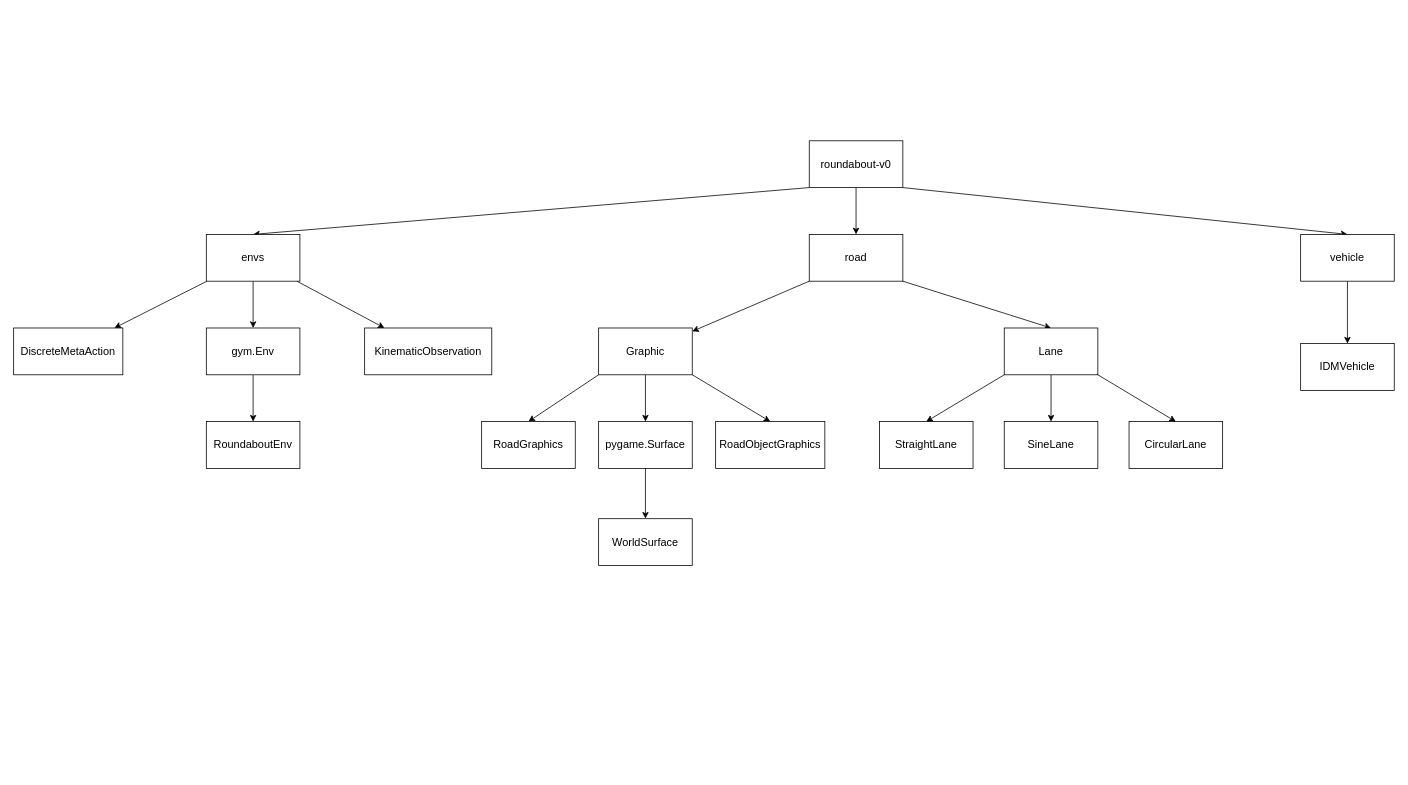
The draw.io diagram roundabout-v0架构.drawio in freemedom/drawio, before the edit. Source tidied: cells renumbered, new cells numbered last; positions are measured from the earlier drawing's top-left corner, leaving out a move shared by most shapes. Both pictures are drawn from the tidied source at 78%, with x=0, y=0 at pixel (13, 140).
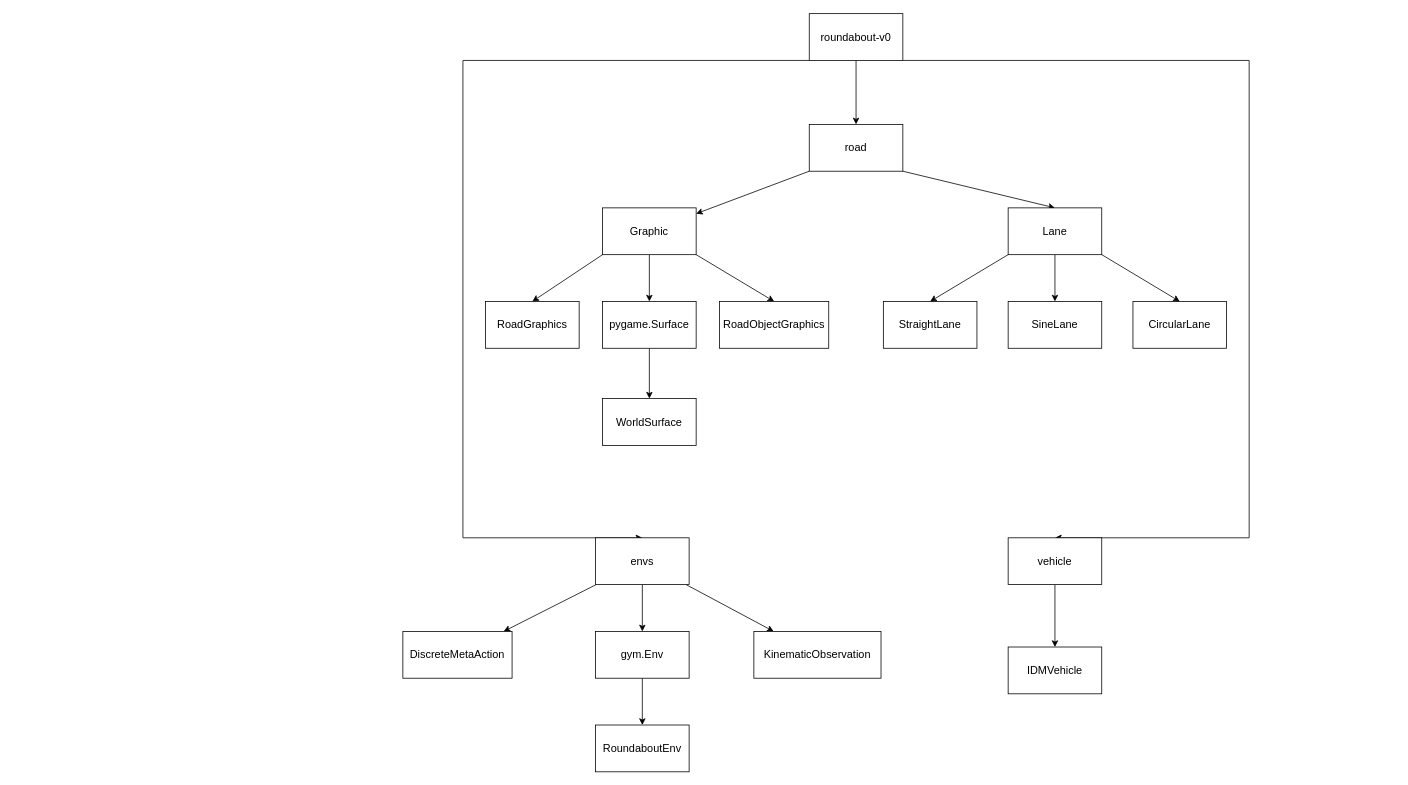
After the change.

The edit, as a diff of the source:
```diff
@@
-    <mxCell id="2" style="rounded=0;jettySize=auto;html=1;exitX=0;exitY=1;exitDx=0;exitDy=0;entryX=0.5;entryY=0;entryDx=0;entryDy=0;" parent="1" edge="1" source="5" target="9">
-      <mxGeometry relative="1" as="geometry" />
+    <mxCell id="2" style="rounded=0;jettySize=auto;html=1;exitX=0;exitY=1;exitDx=0;exitDy=0;entryX=0.5;entryY=0;entryDx=0;entryDy=0;edgeStyle=orthogonalEdgeStyle;" parent="1" edge="1" source="5" target="9">
+      <mxGeometry relative="1" as="geometry">
+        <Array as="points">
+          <mxPoint x="576" y="-103" />
+          <mxPoint x="576" y="509" />
+        </Array>
+      </mxGeometry>
     </mxCell>
-    <mxCell id="3" style="rounded=0;jettySize=auto;html=1;exitX=1;exitY=1;exitDx=0;exitDy=0;entryX=0.5;entryY=0;entryDx=0;entryDy=0;" parent="1" edge="1" source="5" target="15">
-      <mxGeometry relative="1" as="geometry" />
+    <mxCell id="3" style="rounded=0;jettySize=auto;html=1;exitX=1;exitY=1;exitDx=0;exitDy=0;entryX=0.5;entryY=0;entryDx=0;entryDy=0;edgeStyle=orthogonalEdgeStyle;" parent="1" edge="1" source="5" target="15">
+      <mxGeometry relative="1" as="geometry">
+        <Array as="points">
+          <mxPoint x="1584" y="-103" />
+          <mxPoint x="1584" y="509" />
+        </Array>
+      </mxGeometry>
     </mxCell>
@@
     <mxCell id="5" value="&lt;font style=&quot;font-size: 14px;&quot;&gt;roundabout-v0&lt;/font&gt;" style="rounded=0;whiteSpace=wrap;html=1;" parent="1" vertex="1">
-      <mxGeometry x="1020" width="120" height="60" as="geometry" />
+      <mxGeometry x="1020" y="-163" width="120" height="60" as="geometry" />
     </mxCell>
@@
     <mxCell id="9" value="&lt;font style=&quot;font-size: 14px;&quot;&gt;envs&lt;/font&gt;" style="rounded=0;whiteSpace=wrap;html=1;" parent="1" vertex="1">
-      <mxGeometry x="247" y="120" width="120" height="60" as="geometry" />
+      <mxGeometry x="746" y="509" width="120" height="60" as="geometry" />
     </mxCell>
@@
     <mxCell id="13" value="&lt;font style=&quot;font-size: 14px;&quot;&gt;Graphic&lt;/font&gt;" style="rounded=0;whiteSpace=wrap;html=1;" parent="1" vertex="1">
-      <mxGeometry x="750" y="240" width="120" height="60" as="geometry" />
+      <mxGeometry x="755" y="86" width="120" height="60" as="geometry" />
     </mxCell>
@@
     <mxCell id="15" value="&lt;font style=&quot;font-size: 14px;&quot;&gt;vehicle&lt;/font&gt;" style="rounded=0;whiteSpace=wrap;html=1;" parent="1" vertex="1">
-      <mxGeometry x="1650" y="120" width="120" height="60" as="geometry" />
+      <mxGeometry x="1275" y="509" width="120" height="60" as="geometry" />
     </mxCell>
@@
     <mxCell id="17" value="&lt;font style=&quot;font-size: 14px;&quot;&gt;gym.Env&lt;/font&gt;" style="rounded=0;whiteSpace=wrap;html=1;" parent="1" vertex="1">
-      <mxGeometry x="247" y="240" width="120" height="60" as="geometry" />
+      <mxGeometry x="746" y="629" width="120" height="60" as="geometry" />
     </mxCell>
@@
     <mxCell id="19" value="&lt;font style=&quot;font-size: 14px;&quot;&gt;pygame.Surface&lt;/font&gt;" style="rounded=0;whiteSpace=wrap;html=1;" parent="1" vertex="1">
-      <mxGeometry x="750" y="360" width="120" height="60" as="geometry" />
+      <mxGeometry x="755" y="206" width="120" height="60" as="geometry" />
     </mxCell>
     <mxCell id="20" value="&lt;font style=&quot;font-size: 14px;&quot;&gt;RoundaboutEnv&lt;/font&gt;" style="rounded=0;whiteSpace=wrap;html=1;" parent="1" vertex="1">
-      <mxGeometry x="247" y="360" width="120" height="60" as="geometry" />
+      <mxGeometry x="746" y="749" width="120" height="60" as="geometry" />
     </mxCell>
     <mxCell id="21" value="&lt;font style=&quot;font-size: 14px;&quot;&gt;WorldSurface&lt;/font&gt;" style="rounded=0;whiteSpace=wrap;html=1;" parent="1" vertex="1">
-      <mxGeometry x="750" y="484.5" width="120" height="60" as="geometry" />
+      <mxGeometry x="755" y="330.5" width="120" height="60" as="geometry" />
     </mxCell>
     <mxCell id="22" value="&lt;font style=&quot;font-size: 14px;&quot;&gt;RoadGraphics&lt;/font&gt;" style="rounded=0;whiteSpace=wrap;html=1;" parent="1" vertex="1">
-      <mxGeometry x="600" y="360" width="120" height="60" as="geometry" />
+      <mxGeometry x="605" y="206" width="120" height="60" as="geometry" />
     </mxCell>
     <mxCell id="23" value="&lt;font style=&quot;font-size: 14px;&quot;&gt;RoadObjectGraphics&lt;/font&gt;" style="rounded=0;whiteSpace=wrap;html=1;" parent="1" vertex="1">
-      <mxGeometry x="900" y="360" width="140" height="60" as="geometry" />
+      <mxGeometry x="905" y="206" width="140" height="60" as="geometry" />
     </mxCell>
@@
     <mxCell id="26" value="&lt;font style=&quot;font-size: 14px;&quot;&gt;road&lt;/font&gt;" style="rounded=0;whiteSpace=wrap;html=1;" parent="1" vertex="1">
-      <mxGeometry x="1020" y="120" width="120" height="60" as="geometry" />
+      <mxGeometry x="1020" y="-21" width="120" height="60" as="geometry" />
     </mxCell>
     <mxCell id="27" value="&lt;font style=&quot;font-size: 14px;&quot;&gt;StraightLane&lt;/font&gt;" style="rounded=0;whiteSpace=wrap;html=1;" parent="1" vertex="1">
-      <mxGeometry x="1110" y="360" width="120" height="60" as="geometry" />
+      <mxGeometry x="1115" y="206" width="120" height="60" as="geometry" />
     </mxCell>
     <mxCell id="28" value="&lt;font style=&quot;font-size: 14px;&quot;&gt;SineLane&lt;/font&gt;" style="rounded=0;whiteSpace=wrap;html=1;" parent="1" vertex="1">
-      <mxGeometry x="1270" y="360" width="120" height="60" as="geometry" />
+      <mxGeometry x="1275" y="206" width="120" height="60" as="geometry" />
     </mxCell>
     <mxCell id="29" value="&lt;font style=&quot;font-size: 14px;&quot;&gt;CircularLane&lt;/font&gt;" style="rounded=0;whiteSpace=wrap;html=1;" parent="1" vertex="1">
-      <mxGeometry x="1430" y="360" width="120" height="60" as="geometry" />
+      <mxGeometry x="1435" y="206" width="120" height="60" as="geometry" />
     </mxCell>
@@
     <mxCell id="33" value="&lt;font style=&quot;font-size: 14px;&quot;&gt;Lane&lt;/font&gt;" style="rounded=0;whiteSpace=wrap;html=1;" parent="1" vertex="1">
-      <mxGeometry x="1270" y="240" width="120" height="60" as="geometry" />
+      <mxGeometry x="1275" y="86" width="120" height="60" as="geometry" />
     </mxCell>
     <mxCell id="34" value="&lt;font style=&quot;font-size: 14px;&quot;&gt;IDMVehicle&lt;/font&gt;" style="rounded=0;whiteSpace=wrap;html=1;" parent="1" vertex="1">
-      <mxGeometry x="1650" y="260" width="120" height="60" as="geometry" />
+      <mxGeometry x="1275" y="649" width="120" height="60" as="geometry" />
     </mxCell>
     <mxCell id="35" value="&lt;font style=&quot;font-size: 14px;&quot;&gt;DiscreteMetaAction&lt;/font&gt;" style="rounded=0;whiteSpace=wrap;html=1;" parent="1" vertex="1">
-      <mxGeometry y="240" width="140" height="60" as="geometry" />
+      <mxGeometry x="499" y="629" width="140" height="60" as="geometry" />
     </mxCell>
     <mxCell id="36" value="&lt;font style=&quot;font-size: 14px;&quot;&gt;KinematicObservation&lt;/font&gt;" style="rounded=0;whiteSpace=wrap;html=1;" parent="1" vertex="1">
-      <mxGeometry x="450" y="240" width="163" height="60" as="geometry" />
+      <mxGeometry x="949" y="629" width="163" height="60" as="geometry" />
     </mxCell>
```
